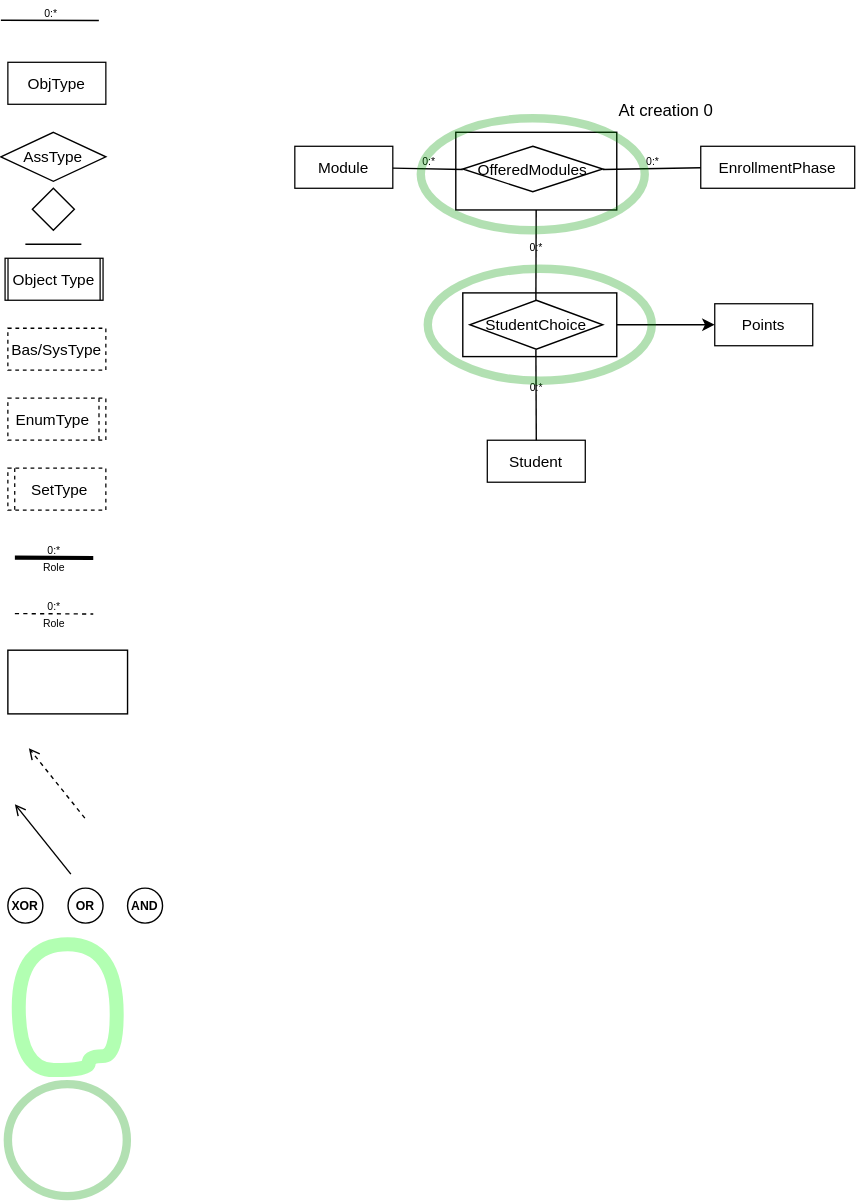
The draw.io diagram packages/docs/data-model/enrollment.drawio.svg in hochschule-augsburg/course-finder, before a commit. Source tidied: cells renumbered, new cells last; positions are measured from the earlier drawing's top-left corner, leaving out a move shared by most shapes.
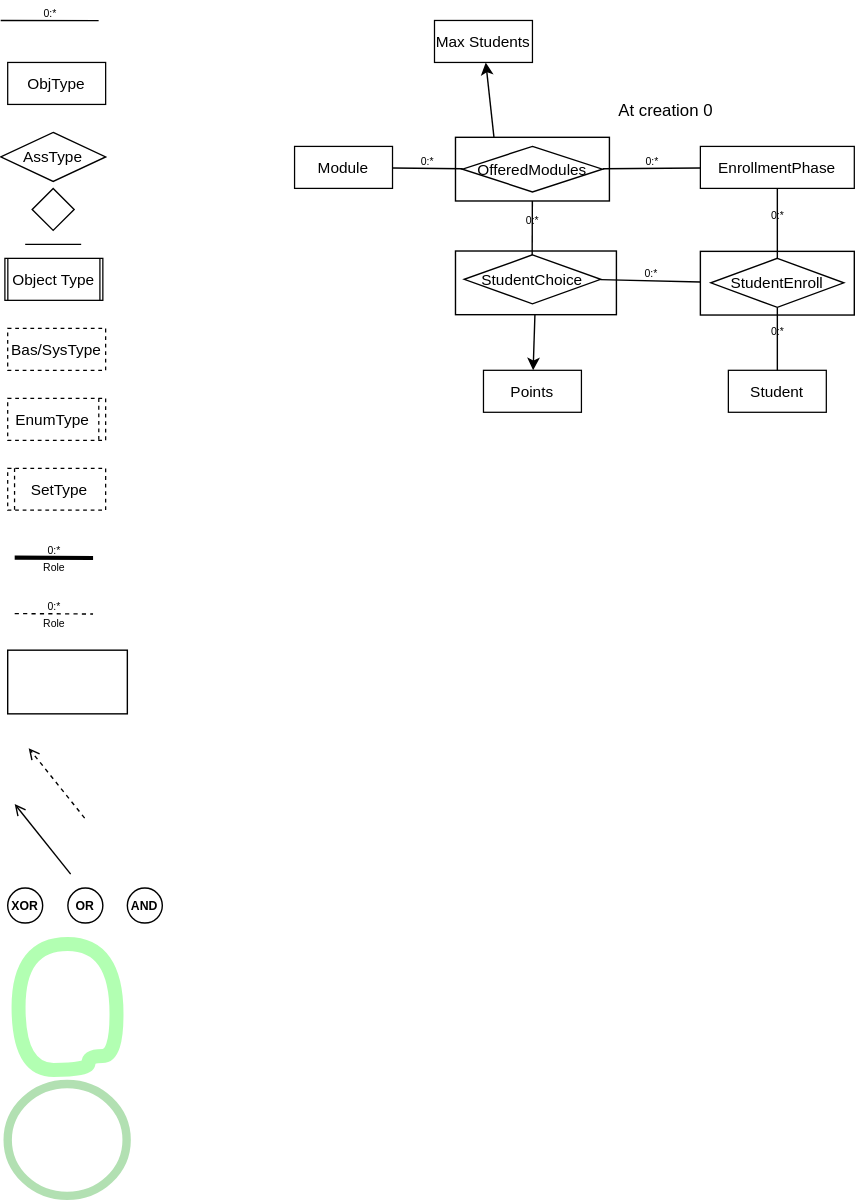
The same diagram one commit later.

What changed in the source:
```diff
@@ -144,9 +144,6 @@
         <mxPoint x="-19.5" y="-14" as="offset" />
       </mxGeometry>
     </mxCell>
-    <mxCell id="27" style="rounded=0;whiteSpace=wrap;html=1;fillColor=none;noLabel=1;snapToPoint=0;" parent="1" vertex="1">
-      <mxGeometry x="325" y="80" width="115" height="55.5" as="geometry" />
-    </mxCell>
     <object id="28" label="" Name="EnrollmentPhase" placeholders="1">
       <mxCell style="shape=(stored shape, 464 characters);whiteSpace=wrap;html=1;noLabel=1;_ElementType=ObjectType;" parent="1" vertex="1">
         <mxGeometry x="500" y="90" width="110" height="30" as="geometry" />
@@ -154,7 +151,7 @@
     </object>
     <object id="29" label="" Name="Student" placeholders="1">
       <mxCell style="shape=(stored shape, 464 characters);whiteSpace=wrap;html=1;noLabel=1;_ElementType=ObjectType;" parent="1" vertex="1">
-        <mxGeometry x="347.5" y="300" width="70" height="30" as="geometry" />
+        <mxGeometry x="520" y="250" width="70" height="30" as="geometry" />
       </mxCell>
     </object>
     <object id="30" label="" BoundaryLow="0" BoundaryUp="*" Role="" placeholders="1">
@@ -170,9 +167,9 @@
     <mxCell id="32" value="At creation 0" style="text;html=1;align=center;verticalAlign=middle;strokeColor=none;fillColor=none;" parent="1" vertex="1">
       <mxGeometry x="430" y="50" width="90" height="30" as="geometry" />
     </mxCell>
-    <object id="33" label="" Name="StudentChoice" placeholders="1">
+    <object id="33" label="" Name="StudentEnroll" placeholders="1">
       <mxCell style="shape=(stored shape, 432 characters);whiteSpace=wrap;html=1;noLabel=1;_ElementType=AssociationType;glass=0;strokeColor=#000000;strokeWidth=1;fillColor=#ffffff;fontSize=8;fontColor=none;align=left;snapToPoint=1;perimeter=rhombusPerimeter;" parent="1" vertex="1">
-        <mxGeometry x="335" y="200" width="95" height="35" as="geometry" />
+        <mxGeometry x="507.5" y="170" width="95" height="35" as="geometry" />
       </mxCell>
     </object>
     <object id="34" label="" BoundaryLow="0" BoundaryUp="*" Role="" placeholders="1">
@@ -186,7 +183,7 @@
       </mxGeometry>
     </mxCell>
     <object id="36" label="" BoundaryLow="0" BoundaryUp="*" Role="" placeholders="1">
-      <mxCell style="endArrow=none;html=1;strokeWidth=1;labelBorderColor=none;labelBackgroundColor=none;fontColor=none;noLabel=1;_ElementType=AssociationParticipant;fontSize=8;rounded=0;" parent="1" edge="1" source="27" target="33">
+      <mxCell style="endArrow=none;html=1;strokeWidth=1;labelBorderColor=none;labelBackgroundColor=none;fontColor=none;noLabel=1;_ElementType=AssociationParticipant;fontSize=8;rounded=0;" parent="1" edge="1" source="28" target="33">
         <mxGeometry relative="1" as="geometry" />
       </mxCell>
     </object>
@@ -195,25 +192,58 @@
         <mxPoint x="-19.5" y="-14" as="offset" />
       </mxGeometry>
     </mxCell>
-    <mxCell id="38" style="edgeStyle=none;html=1;exitX=1;exitY=0.5;exitDx=0;exitDy=0;entryX=0;entryY=0.5;entryDx=0;entryDy=0;" parent="1" edge="1" source="39" target="40">
+    <mxCell id="38" style="edgeStyle=none;html=1;" parent="1" edge="1" source="52" target="40">
       <mxGeometry relative="1" as="geometry" />
     </mxCell>
-    <mxCell id="39" style="rounded=0;whiteSpace=wrap;html=1;fillColor=none;noLabel=1;snapToPoint=0;" parent="1" vertex="1">
-      <mxGeometry x="330" y="194.8" width="110" height="45.5" as="geometry" />
-    </mxCell>
     <object id="40" label="" Name="Points" placeholders="1">
       <mxCell style="shape=(stored shape, 464 characters);whiteSpace=wrap;html=1;noLabel=1;_ElementType=ObjectType;" parent="1" vertex="1">
-        <mxGeometry x="510" y="202.5" width="70" height="30" as="geometry" />
+        <mxGeometry x="345" y="250" width="70" height="30" as="geometry" />
       </mxCell>
     </object>
-    <mxCell id="41" style="ellipse;whiteSpace=wrap;html=1;fillColor=none;strokeWidth=6;opacity=30;strokeColor=#009900;" parent="1" vertex="1">
-      <mxGeometry x="300" y="70" width="160" height="80" as="geometry" />
-    </mxCell>
-    <mxCell id="42" style="ellipse;whiteSpace=wrap;html=1;fillColor=none;strokeWidth=6;opacity=30;strokeColor=#009900;" parent="1" vertex="1">
-      <mxGeometry x="305" y="177.5" width="160" height="80" as="geometry" />
-    </mxCell>
     <mxCell id="43" style="ellipse;whiteSpace=wrap;html=1;fillColor=none;strokeWidth=6;opacity=30;strokeColor=#009900;" parent="1" vertex="1">
       <mxGeometry x="5" y="760" width="85" height="80" as="geometry" />
     </mxCell>
+    <mxCell id="44" style="rounded=0;whiteSpace=wrap;html=1;fillColor=none;noLabel=1;snapToPoint=0;" parent="1" vertex="1">
+      <mxGeometry x="500" y="165" width="110" height="45.5" as="geometry" />
+    </mxCell>
+    <mxCell id="45" style="edgeStyle=none;html=1;exitX=0.25;exitY=0;exitDx=0;exitDy=0;" parent="1" edge="1" source="46" target="53">
+      <mxGeometry relative="1" as="geometry" />
+    </mxCell>
+    <mxCell id="46" style="rounded=0;whiteSpace=wrap;html=1;fillColor=none;noLabel=1;snapToPoint=0;" parent="1" vertex="1">
+      <mxGeometry x="325" y="83.5" width="110" height="45.5" as="geometry" />
+    </mxCell>
+    <object id="47" label="" Name="StudentChoice" placeholders="1">
+      <mxCell style="shape=(stored shape, 432 characters);whiteSpace=wrap;html=1;noLabel=1;_ElementType=AssociationType;glass=0;strokeColor=#000000;strokeWidth=1;fillColor=#ffffff;fontSize=8;fontColor=none;align=left;snapToPoint=1;perimeter=rhombusPerimeter;" parent="1" vertex="1">
+        <mxGeometry x="331.2" y="167.5" width="97.5" height="35" as="geometry" />
+      </mxCell>
+    </object>
+    <object id="48" label="" BoundaryLow="0" BoundaryUp="*" Role="" placeholders="1">
+      <mxCell style="endArrow=none;html=1;strokeWidth=1;labelBorderColor=none;labelBackgroundColor=none;fontColor=none;noLabel=1;_ElementType=AssociationParticipant;fontSize=8;rounded=0;" parent="1" edge="1" source="47" target="44">
+        <mxGeometry relative="1" as="geometry" />
+      </mxCell>
+    </object>
+    <mxCell id="49" style="shape=(stored shape, 308 characters);whiteSpace=wrap;html=1;noLabel=1;fontSize=9;perimeter=none;" parent="48" vertex="1">
+      <mxGeometry width="40" height="30" relative="1" as="geometry">
+        <mxPoint x="-19.5" y="-14" as="offset" />
+      </mxGeometry>
+    </mxCell>
+    <object id="50" label="" BoundaryLow="0" BoundaryUp="*" Role="" placeholders="1">
+      <mxCell style="endArrow=none;html=1;strokeWidth=1;labelBorderColor=none;labelBackgroundColor=none;fontColor=none;noLabel=1;_ElementType=AssociationParticipant;fontSize=8;rounded=0;" parent="1" edge="1" source="46" target="47">
+        <mxGeometry relative="1" as="geometry" />
+      </mxCell>
+    </object>
+    <mxCell id="51" style="shape=(stored shape, 308 characters);whiteSpace=wrap;html=1;noLabel=1;fontSize=9;perimeter=none;" parent="50" vertex="1">
+      <mxGeometry width="40" height="30" relative="1" as="geometry">
+        <mxPoint x="-19.5" y="-14" as="offset" />
+      </mxGeometry>
+    </mxCell>
+    <mxCell id="52" style="rounded=0;whiteSpace=wrap;html=1;fillColor=none;noLabel=1;snapToPoint=0;" parent="1" vertex="1">
+      <mxGeometry x="325" y="164.8" width="115" height="45.5" as="geometry" />
+    </mxCell>
+    <object id="53" label="" Name="Max Students" placeholders="1">
+      <mxCell style="shape=(stored shape, 464 characters);whiteSpace=wrap;html=1;noLabel=1;_ElementType=ObjectType;" parent="1" vertex="1">
+        <mxGeometry x="310" width="70" height="30" as="geometry" />
+      </mxCell>
+    </object>
   </root>
 </mxGraphModel>
```
